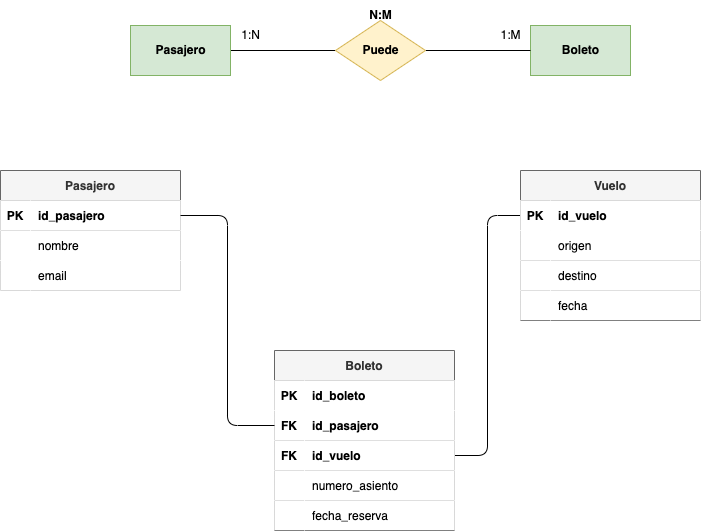
Above: tareas/tarea-3/images/ejercicio11.drawio.png in deylansystem/actividadesBAE (draw.io), before the change. Source tidied: cells renumbered, new cells last; positions are measured from the earlier drawing's top-left corner, leaving out a move shared by most shapes.
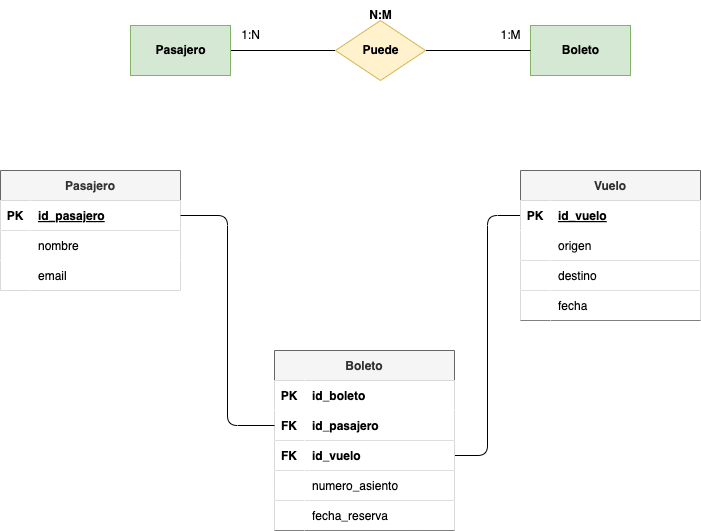
After the commit.

Diff of the diagram source:
```diff
@@ -35,7 +35,7 @@
     <mxCell id="12" value="PK" style="shape=partialRectangle;fillColor=#FFFFFF;top=0;left=0;bottom=0;right=0;fontStyle=1;overflow=hidden;fontColor=#000000;" parent="11" vertex="1">
       <mxGeometry width="30" height="30" as="geometry" />
     </mxCell>
-    <mxCell id="13" value="id_pasajero" style="shape=partialRectangle;fillColor=#FFFFFF;top=0;left=0;bottom=0;right=0;align=left;spacingLeft=6;fontStyle=1;overflow=hidden;fontColor=#000000;" parent="11" vertex="1">
+    <mxCell id="13" value="id_pasajero" style="shape=partialRectangle;fillColor=#FFFFFF;top=0;left=0;bottom=0;right=0;align=left;spacingLeft=6;fontStyle=5;overflow=hidden;fontColor=#000000;" parent="11" vertex="1">
       <mxGeometry x="30" width="150" height="30" as="geometry" />
     </mxCell>
     <mxCell id="14" style="shape=tableRow;horizontal=0;startSize=0;swimlaneHead=0;swimlaneBody=0;fillColor=#FFFFFF;top=0;left=0;right=0;bottom=0;fontColor=#000000;" parent="10" vertex="1">
@@ -119,7 +119,7 @@
     <mxCell id="40" value="PK" style="shape=partialRectangle;fillColor=#FFFFFF;top=0;left=0;bottom=0;right=0;overflow=hidden;fontColor=#000000;fontStyle=1;" parent="39" vertex="1">
       <mxGeometry width="30" height="30" as="geometry" />
     </mxCell>
-    <mxCell id="41" value="id_vuelo" style="shape=partialRectangle;fillColor=#FFFFFF;top=0;left=0;bottom=0;right=0;align=left;spacingLeft=6;overflow=hidden;fontColor=#000000;fontStyle=1;" parent="39" vertex="1">
+    <mxCell id="41" value="id_vuelo" style="shape=partialRectangle;fillColor=#FFFFFF;top=0;left=0;bottom=0;right=0;align=left;spacingLeft=6;overflow=hidden;fontColor=#000000;fontStyle=5;" parent="39" vertex="1">
       <mxGeometry x="30" width="150" height="30" as="geometry" />
     </mxCell>
     <mxCell id="42" style="shape=tableRow;horizontal=0;startSize=0;swimlaneHead=0;swimlaneBody=0;fillColor=#FFFFFF;top=0;left=0;right=0;bottom=1;fontColor=#000000;" parent="38" vertex="1">
```
